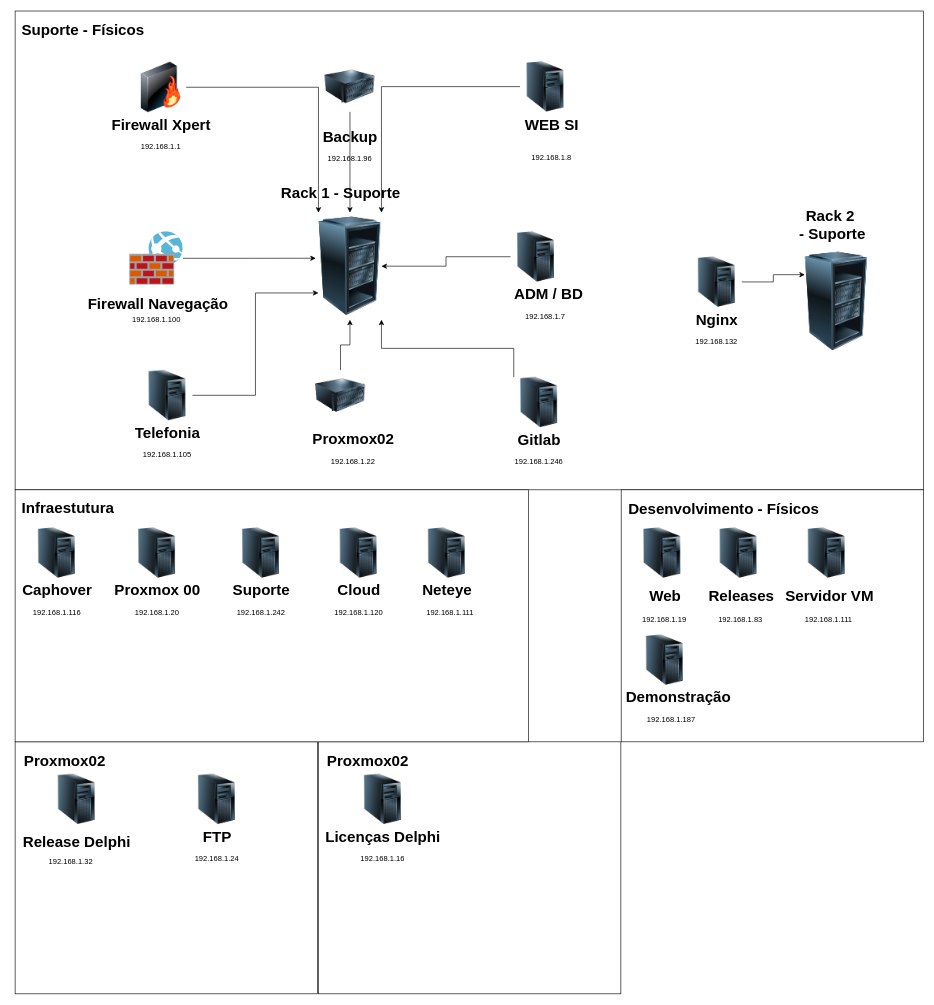
Above: Diagrama Xpert.drawio in vagnerxpert/teste (draw.io), before the change. Source tidied: cells renumbered, new cells numbered last; positions are measured from the earlier drawing's top-left corner, leaving out a move shared by most shapes. Both pictures are drawn from the tidied source at 63%, with x=0, y=0 at pixel (14, 11).
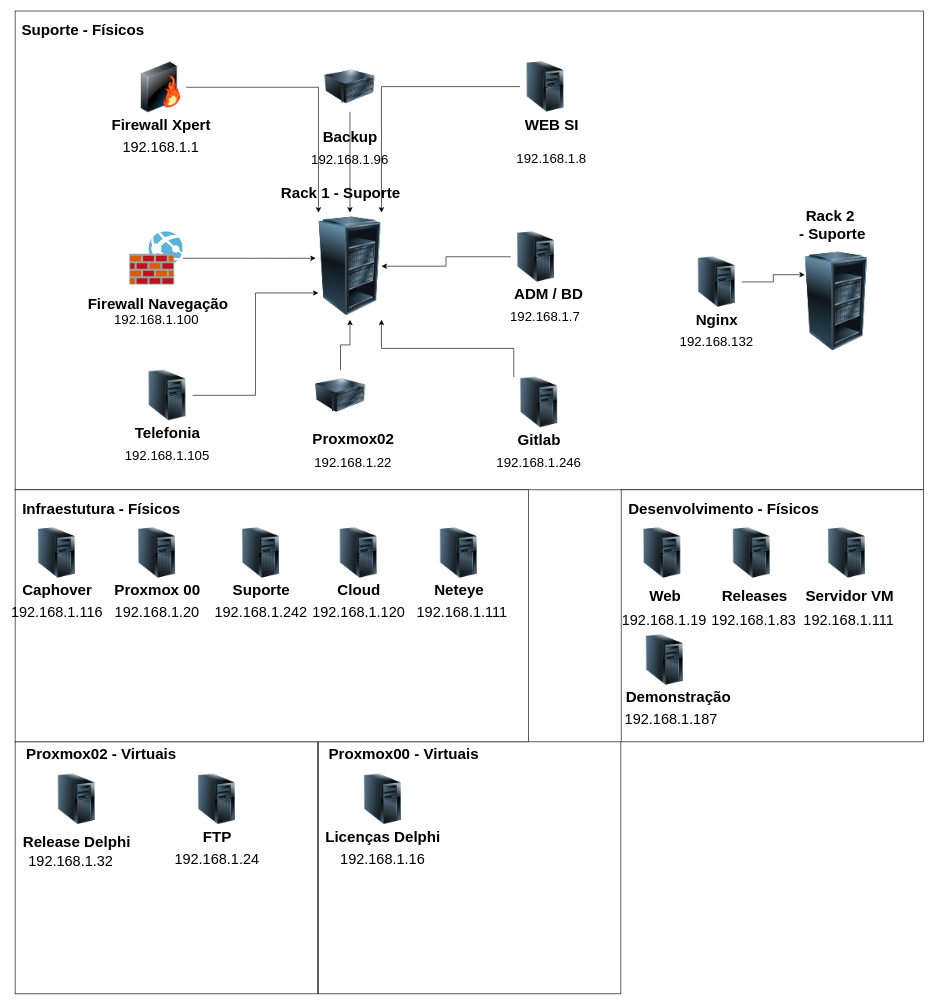
The same page after the edit.

Diff of the diagram source:
```diff
@@
-    <mxCell id="25" value="192.168.1.1" style="text;html=1;whiteSpace=wrap;strokeColor=none;fillColor=none;align=center;verticalAlign=middle;rounded=0;" parent="1" vertex="1">
+    <mxCell id="25" value="192.168.1.1" style="text;html=1;whiteSpace=wrap;strokeColor=none;fillColor=none;align=center;verticalAlign=middle;rounded=0;fontSize=23;" parent="1" vertex="1">
       <mxGeometry x="187" y="201" width="90" height="30" as="geometry" />
     </mxCell>
@@
-    <mxCell id="27" value="192.168.1.105" style="text;html=1;whiteSpace=wrap;strokeColor=none;fillColor=none;align=center;verticalAlign=middle;rounded=0;" parent="1" vertex="1">
+    <mxCell id="27" value="192.168.1.105" style="text;html=1;whiteSpace=wrap;strokeColor=none;fillColor=none;align=center;verticalAlign=middle;rounded=0;fontSize=21;" parent="1" vertex="1">
       <mxGeometry x="192" y="690" width="100" height="30" as="geometry" />
     </mxCell>
@@
-    <mxCell id="29" value="192.168.1.246" style="text;html=1;whiteSpace=wrap;strokeColor=none;fillColor=none;align=center;verticalAlign=middle;rounded=0;" parent="1" vertex="1">
+    <mxCell id="29" value="192.168.1.246" style="text;html=1;whiteSpace=wrap;strokeColor=none;fillColor=none;align=center;verticalAlign=middle;rounded=0;fontSize=21;" parent="1" vertex="1">
       <mxGeometry x="782" y="701" width="100" height="30" as="geometry" />
     </mxCell>
@@
-    <mxCell id="31" value="192.168.1.7" style="text;html=1;whiteSpace=wrap;strokeColor=none;fillColor=none;align=center;verticalAlign=middle;rounded=0;" parent="1" vertex="1">
+    <mxCell id="31" value="192.168.1.7" style="text;html=1;whiteSpace=wrap;strokeColor=none;fillColor=none;align=center;verticalAlign=middle;rounded=0;fontSize=21;" parent="1" vertex="1">
       <mxGeometry x="797" y="470" width="90" height="30" as="geometry" />
     </mxCell>
@@
-    <mxCell id="33" value="192.168.1.96" style="text;html=1;whiteSpace=wrap;strokeColor=none;fillColor=none;align=center;verticalAlign=middle;rounded=0;" parent="1" vertex="1">
+    <mxCell id="33" value="192.168.1.96" style="text;html=1;whiteSpace=wrap;strokeColor=none;fillColor=none;align=center;verticalAlign=middle;rounded=0;fontSize=21;" parent="1" vertex="1">
       <mxGeometry x="487" y="220" width="90" height="30" as="geometry" />
     </mxCell>
@@
-    <mxCell id="35" value="192.168.1.8" style="text;html=1;whiteSpace=wrap;strokeColor=none;fillColor=none;align=center;verticalAlign=middle;rounded=0;" parent="1" vertex="1">
+    <mxCell id="35" value="192.168.1.8" style="text;html=1;whiteSpace=wrap;strokeColor=none;fillColor=none;align=center;verticalAlign=middle;rounded=0;fontSize=21;" parent="1" vertex="1">
       <mxGeometry x="822" y="218" width="60" height="30" as="geometry" />
     </mxCell>
@@
-    <mxCell id="37" value="192.168.132" style="text;html=1;whiteSpace=wrap;strokeColor=none;fillColor=none;align=center;verticalAlign=middle;rounded=0;" parent="1" vertex="1">
+    <mxCell id="37" value="192.168.132" style="text;html=1;whiteSpace=wrap;strokeColor=none;fillColor=none;align=center;verticalAlign=middle;rounded=0;fontSize=21;" parent="1" vertex="1">
       <mxGeometry x="1069" y="510" width="90" height="30" as="geometry" />
     </mxCell>
@@
-    <mxCell id="40" value="192.168.1.100" style="text;html=1;whiteSpace=wrap;strokeColor=none;fillColor=none;align=center;verticalAlign=middle;rounded=0;" parent="1" vertex="1">
+    <mxCell id="40" value="192.168.1.100" style="text;html=1;whiteSpace=wrap;strokeColor=none;fillColor=none;align=center;verticalAlign=middle;rounded=0;fontSize=21;" parent="1" vertex="1">
       <mxGeometry x="174.5" y="475" width="100" height="30" as="geometry" />
     </mxCell>
@@
-    <mxCell id="42" value="192.168.1.22" style="text;html=1;whiteSpace=wrap;strokeColor=none;fillColor=none;align=center;verticalAlign=middle;rounded=0;" parent="1" vertex="1">
+    <mxCell id="42" value="192.168.1.22" style="text;html=1;whiteSpace=wrap;strokeColor=none;fillColor=none;align=center;verticalAlign=middle;rounded=0;fontSize=21;" parent="1" vertex="1">
       <mxGeometry x="492" y="701" width="90" height="30" as="geometry" />
     </mxCell>
@@
-    <mxCell id="48" value="192.168.1.116" style="text;html=1;whiteSpace=wrap;strokeColor=none;fillColor=none;align=center;verticalAlign=middle;rounded=0;" parent="1" vertex="1">
+    <mxCell id="48" value="192.168.1.116" style="text;html=1;whiteSpace=wrap;strokeColor=none;fillColor=none;align=center;verticalAlign=middle;rounded=0;fontSize=23;" parent="1" vertex="1">
       <mxGeometry x="16.5" y="940" width="100" height="30" as="geometry" />
     </mxCell>
@@
-    <mxCell id="51" value="192.168.1.20" style="text;html=1;whiteSpace=wrap;strokeColor=none;fillColor=none;align=center;verticalAlign=middle;rounded=0;" parent="1" vertex="1">
+    <mxCell id="51" value="192.168.1.20" style="text;html=1;whiteSpace=wrap;strokeColor=none;fillColor=none;align=center;verticalAlign=middle;rounded=0;fontSize=23;" parent="1" vertex="1">
       <mxGeometry x="180.5" y="940" width="90" height="30" as="geometry" />
     </mxCell>
@@
-    <mxCell id="54" value="192.168.1.242" style="text;html=1;whiteSpace=wrap;strokeColor=none;fillColor=none;align=center;verticalAlign=middle;rounded=0;" parent="1" vertex="1">
+    <mxCell id="54" value="192.168.1.242" style="text;html=1;whiteSpace=wrap;strokeColor=none;fillColor=none;align=center;verticalAlign=middle;rounded=0;fontSize=23;" parent="1" vertex="1">
       <mxGeometry x="340.5" y="940" width="100" height="30" as="geometry" />
     </mxCell>
@@
-    <mxCell id="57" value="192.168.1.32" style="text;html=1;whiteSpace=wrap;strokeColor=none;fillColor=none;align=center;verticalAlign=middle;rounded=0;" parent="1" vertex="1">
+    <mxCell id="57" value="192.168.1.32" style="text;html=1;whiteSpace=wrap;strokeColor=none;fillColor=none;align=center;verticalAlign=middle;rounded=0;fontSize=23;" parent="1" vertex="1">
       <mxGeometry x="43.5" y="1335" width="90" height="30" as="geometry" />
     </mxCell>
@@
-    <mxCell id="60" value="192.168.1.16" style="text;html=1;whiteSpace=wrap;strokeColor=none;fillColor=none;align=center;verticalAlign=middle;rounded=0;" parent="1" vertex="1">
+    <mxCell id="60" value="192.168.1.16" style="text;html=1;whiteSpace=wrap;strokeColor=none;fillColor=none;align=center;verticalAlign=middle;rounded=0;fontSize=23;" parent="1" vertex="1">
       <mxGeometry x="539" y="1331" width="90" height="30" as="geometry" />
     </mxCell>
@@
-    <mxCell id="63" value="192.168.1.120" style="text;html=1;whiteSpace=wrap;strokeColor=none;fillColor=none;align=center;verticalAlign=middle;rounded=0;" parent="1" vertex="1">
+    <mxCell id="63" value="192.168.1.120" style="text;html=1;whiteSpace=wrap;strokeColor=none;fillColor=none;align=center;verticalAlign=middle;rounded=0;fontSize=23;" parent="1" vertex="1">
       <mxGeometry x="495.5" y="940" width="100" height="30" as="geometry" />
     </mxCell>
@@
-    <mxCell id="66" value="192.168.1.19" style="text;html=1;whiteSpace=wrap;strokeColor=none;fillColor=none;align=center;verticalAlign=middle;rounded=0;" parent="1" vertex="1">
+    <mxCell id="66" value="192.168.1.19" style="text;html=1;whiteSpace=wrap;strokeColor=none;fillColor=none;align=center;verticalAlign=middle;rounded=0;fontSize=23;" parent="1" vertex="1">
       <mxGeometry x="985.5" y="952" width="90" height="30" as="geometry" />
     </mxCell>
@@
-    <mxCell id="69" value="&lt;div&gt;192.168.1.24&lt;/div&gt;" style="text;html=1;whiteSpace=wrap;strokeColor=none;fillColor=none;align=center;verticalAlign=middle;rounded=0;" parent="1" vertex="1">
+    <mxCell id="69" value="&lt;div&gt;192.168.1.24&lt;/div&gt;" style="text;html=1;whiteSpace=wrap;strokeColor=none;fillColor=none;align=center;verticalAlign=middle;rounded=0;fontSize=23;" parent="1" vertex="1">
       <mxGeometry x="275.5" y="1331" width="90" height="30" as="geometry" />
     </mxCell>
     <mxCell id="70" style="image;html=1;image=img/lib/clip_art/computers/Server_Tower_128x128.png;labelBackgroundColor=none;" parent="1" vertex="1">
-      <mxGeometry x="645.5" y="820" width="80" height="80" as="geometry" />
+      <mxGeometry x="664.5" y="820" width="80" height="80" as="geometry" />
     </mxCell>
-    <mxCell id="71" value="192.168.1.111" style="text;html=1;whiteSpace=wrap;strokeColor=none;fillColor=none;align=center;verticalAlign=middle;rounded=0;" parent="1" vertex="1">
-      <mxGeometry x="640.5" y="940" width="100" height="30" as="geometry" />
+    <mxCell id="71" value="192.168.1.111" style="text;html=1;whiteSpace=wrap;strokeColor=none;fillColor=none;align=center;verticalAlign=middle;rounded=0;fontSize=23;" parent="1" vertex="1">
+      <mxGeometry x="659.5" y="940" width="100" height="30" as="geometry" />
     </mxCell>
@@
-    <mxCell id="73" value="Infraestutura" style="text;strokeColor=none;fillColor=none;html=1;fontSize=24;fontStyle=1;verticalAlign=middle;align=center;" parent="1" vertex="1">
-      <mxGeometry x="33.5" y="770" width="100" height="40" as="geometry" />
+    <mxCell id="73" value="Infraestutura - Físicos" style="text;strokeColor=none;fillColor=none;html=1;fontSize=24;fontStyle=1;verticalAlign=middle;align=center;" parent="1" vertex="1">
+      <mxGeometry x="87" y="771" width="100" height="40" as="geometry" />
     </mxCell>
     <mxCell id="74" value="Neteye" style="text;strokeColor=none;fillColor=none;html=1;fontSize=24;fontStyle=1;verticalAlign=middle;align=center;" parent="1" vertex="1">
-      <mxGeometry x="635.5" y="900" width="100" height="40" as="geometry" />
+      <mxGeometry x="654.5" y="900" width="100" height="40" as="geometry" />
     </mxCell>
@@
     <mxCell id="76" style="image;html=1;image=img/lib/clip_art/computers/Server_Tower_128x128.png;labelBackgroundColor=none;" parent="1" vertex="1">
-      <mxGeometry x="1108.5" y="820" width="80" height="80" as="geometry" />
+      <mxGeometry x="1129.5" y="820" width="80" height="80" as="geometry" />
     </mxCell>
     <mxCell id="77" value="Releases" style="text;strokeColor=none;fillColor=none;html=1;fontSize=24;fontStyle=1;verticalAlign=middle;align=center;" parent="1" vertex="1">
-      <mxGeometry x="1102.5" y="909" width="100" height="40" as="geometry" />
+      <mxGeometry x="1123.5" y="909" width="100" height="40" as="geometry" />
     </mxCell>
-    <mxCell id="78" value="192.168.1.83" style="text;html=1;whiteSpace=wrap;strokeColor=none;fillColor=none;align=center;verticalAlign=middle;rounded=0;" parent="1" vertex="1">
-      <mxGeometry x="1106.5" y="952" width="90" height="30" as="geometry" />
+    <mxCell id="78" value="192.168.1.83" style="text;html=1;whiteSpace=wrap;strokeColor=none;fillColor=none;align=center;verticalAlign=middle;rounded=0;fontSize=23;" parent="1" vertex="1">
+      <mxGeometry x="1127.5" y="952" width="90" height="30" as="geometry" />
     </mxCell>
     <mxCell id="79" style="image;html=1;image=img/lib/clip_art/computers/Server_Tower_128x128.png;labelBackgroundColor=none;" parent="1" vertex="1">
-      <mxGeometry x="1248.5" y="820" width="80" height="80" as="geometry" />
+      <mxGeometry x="1280.5" y="820" width="80" height="80" as="geometry" />
     </mxCell>
     <mxCell id="80" value="Servidor VM" style="text;strokeColor=none;fillColor=none;html=1;fontSize=24;fontStyle=1;verticalAlign=middle;align=center;" parent="1" vertex="1">
-      <mxGeometry x="1242.5" y="909" width="100" height="40" as="geometry" />
+      <mxGeometry x="1274.5" y="909" width="100" height="40" as="geometry" />
     </mxCell>
-    <mxCell id="81" value="192.168.1.111" style="text;html=1;whiteSpace=wrap;strokeColor=none;fillColor=none;align=center;verticalAlign=middle;rounded=0;" parent="1" vertex="1">
-      <mxGeometry x="1241.5" y="952" width="100" height="30" as="geometry" />
+    <mxCell id="81" value="192.168.1.111" style="text;html=1;whiteSpace=wrap;strokeColor=none;fillColor=none;align=center;verticalAlign=middle;rounded=0;fontSize=23;" parent="1" vertex="1">
+      <mxGeometry x="1273.5" y="952" width="100" height="30" as="geometry" />
     </mxCell>
-    <mxCell id="82" value="Proxmox02" style="text;strokeColor=none;fillColor=none;html=1;fontSize=24;fontStyle=1;verticalAlign=middle;align=center;" parent="1" vertex="1">
-      <mxGeometry x="28.5" y="1171" width="100" height="40" as="geometry" />
+    <mxCell id="82" value="Proxmox02 - Virtuais" style="text;strokeColor=none;fillColor=none;html=1;fontSize=24;fontStyle=1;verticalAlign=middle;align=center;" parent="1" vertex="1">
+      <mxGeometry x="87" y="1160" width="100" height="40" as="geometry" />
     </mxCell>
-    <mxCell id="83" value="Proxmox02" style="text;strokeColor=none;fillColor=none;html=1;fontSize=24;fontStyle=1;verticalAlign=middle;align=center;" parent="1" vertex="1">
-      <mxGeometry x="510" y="1171" width="100" height="40" as="geometry" />
+    <mxCell id="83" value="Proxmox00 - Virtuais" style="text;strokeColor=none;fillColor=none;html=1;fontSize=24;fontStyle=1;verticalAlign=middle;align=center;" parent="1" vertex="1">
+      <mxGeometry x="567" y="1160" width="100" height="40" as="geometry" />
     </mxCell>
@@
-    <mxCell id="86" value="192.168.1.187" style="text;html=1;whiteSpace=wrap;strokeColor=none;fillColor=none;align=center;verticalAlign=middle;rounded=0;" parent="1" vertex="1">
+    <mxCell id="86" value="192.168.1.187" style="text;html=1;whiteSpace=wrap;strokeColor=none;fillColor=none;align=center;verticalAlign=middle;rounded=0;fontSize=23;" parent="1" vertex="1">
       <mxGeometry x="991.5" y="1110" width="100" height="30" as="geometry" />
     </mxCell>
```
